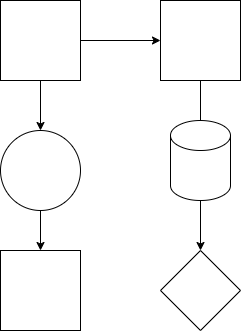
Before: buch-format-test/diagram.png, a diagram exported from draw.io (leonard-roepcke/latexEditorTests). Source tidied: cells renumbered, new cells last; positions are measured from the earlier drawing's top-left corner, leaving out a move shared by most shapes. The source it was exported from:
```xml
<mxGraphModel>
  <root>
    <mxCell id="0" />
    <mxCell id="1" parent="0" />
    <mxCell id="2" style="edgeStyle=none;html=1;" parent="1" edge="1" source="4" target="6">
      <mxGeometry relative="1" as="geometry" />
    </mxCell>
    <mxCell id="3" style="edgeStyle=none;html=1;" parent="1" edge="1" source="11" target="9">
      <mxGeometry relative="1" as="geometry" />
    </mxCell>
    <mxCell id="4" style="whiteSpace=wrap;html=1;" parent="1" vertex="1">
      <mxGeometry width="80" height="80" as="geometry" />
    </mxCell>
    <mxCell id="5" style="edgeStyle=none;html=1;" parent="1" edge="1" source="6" target="7">
      <mxGeometry relative="1" as="geometry" />
    </mxCell>
    <mxCell id="6" style="whiteSpace=wrap;html=1;" parent="1" vertex="1">
      <mxGeometry x="160" width="80" height="80" as="geometry" />
    </mxCell>
    <mxCell id="7" style="rhombus;whiteSpace=wrap;html=1;" parent="1" vertex="1">
      <mxGeometry x="160" y="250" width="80" height="80" as="geometry" />
    </mxCell>
    <mxCell id="8" style="shape=cylinder3;whiteSpace=wrap;html=1;boundedLbl=1;backgroundOutline=1;size=15;" parent="1" vertex="1">
      <mxGeometry x="170" y="120" width="60" height="80" as="geometry" />
    </mxCell>
    <mxCell id="9" style="whiteSpace=wrap;html=1;" parent="1" vertex="1">
      <mxGeometry y="250" width="80" height="80" as="geometry" />
    </mxCell>
    <mxCell id="10" style="edgeStyle=none;html=1;" parent="1" edge="1" source="4" target="11">
      <mxGeometry relative="1" as="geometry" />
    </mxCell>
    <mxCell id="11" style="ellipse;whiteSpace=wrap;html=1;" parent="1" vertex="1">
      <mxGeometry y="130" width="80" height="80" as="geometry" />
    </mxCell>
  </root>
</mxGraphModel>
```
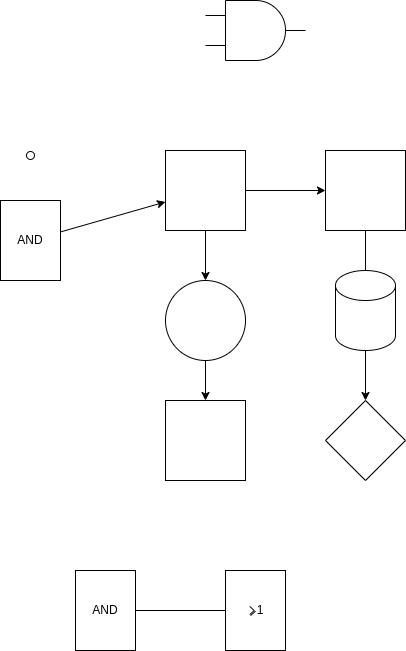
Above is the later version.

Diff of the diagram source:
```diff
@@ -32,5 +32,26 @@
     <mxCell id="11" style="ellipse;whiteSpace=wrap;html=1;" parent="1" vertex="1">
       <mxGeometry y="130" width="80" height="80" as="geometry" />
     </mxCell>
+    <mxCell id="12" style="verticalLabelPosition=bottom;shadow=0;dashed=0;align=center;html=1;verticalAlign=top;shape=mxgraph.electrical.logic_gates.inverting_contact;" parent="1" vertex="1">
+      <mxGeometry x="-140" width="10" height="10" as="geometry" />
+    </mxCell>
+    <mxCell id="13" style="verticalLabelPosition=bottom;shadow=0;dashed=0;align=center;html=1;verticalAlign=top;shape=mxgraph.electrical.logic_gates.logic_gate;operation=and;" parent="1" vertex="1">
+      <mxGeometry x="40" y="-150" width="100" height="60" as="geometry" />
+    </mxCell>
+    <mxCell id="14" style="edgeStyle=none;html=1;" parent="1" edge="1" source="15" target="4">
+      <mxGeometry relative="1" as="geometry" />
+    </mxCell>
+    <mxCell id="15" style="verticalLabelPosition=bottom;shadow=0;dashed=0;align=center;html=1;verticalAlign=top;shape=mxgraph.electrical.iec_logic_gates.and;" parent="1" vertex="1">
+      <mxGeometry x="-165" y="50" width="60" height="80" as="geometry" />
+    </mxCell>
+    <mxCell id="16" style="verticalLabelPosition=bottom;shadow=0;dashed=0;align=center;html=1;verticalAlign=top;shape=mxgraph.electrical.iec_logic_gates.and;" parent="1" vertex="1">
+      <mxGeometry x="-90" y="420" width="60" height="80" as="geometry" />
+    </mxCell>
+    <mxCell id="17" style="verticalLabelPosition=bottom;shadow=0;dashed=0;align=center;html=1;verticalAlign=top;shape=mxgraph.electrical.iec_logic_gates.or;" parent="1" vertex="1">
+      <mxGeometry x="60" y="420" width="60" height="80" as="geometry" />
+    </mxCell>
+    <mxCell id="18" style="html=1;exitX=1;exitY=0.5;exitDx=0;exitDy=0;exitPerimeter=0;entryX=0;entryY=0.5;entryDx=0;entryDy=0;entryPerimeter=0;endArrow=none;endFill=0;" parent="1" edge="1" source="16" target="17">
+      <mxGeometry relative="1" as="geometry" />
+    </mxCell>
   </root>
 </mxGraphModel>
```
